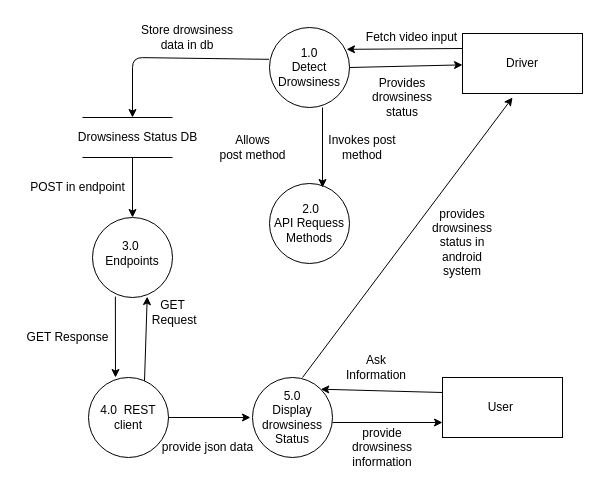
Before: dfdlevel1.drawio in jonamadk/DrawIO, a draw.io diagram. Source tidied: cells renumbered, new cells numbered last; positions are measured from the earlier drawing's top-left corner, leaving out a move shared by most shapes. Both pictures are drawn from the tidied source at 100%, with x=0, y=0 at pixel (17, 17).
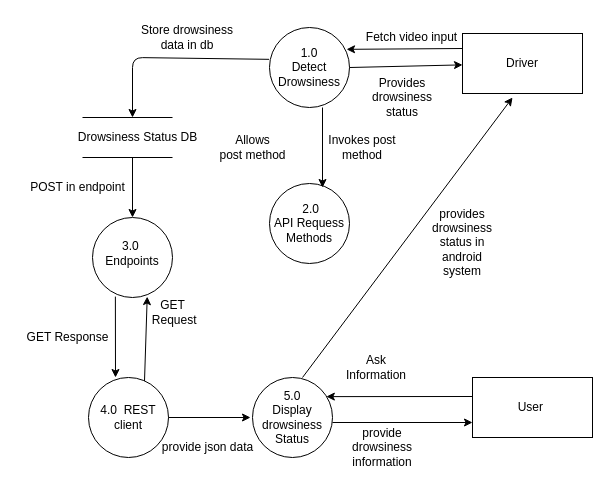
After the change.

Unchanged cells that the change refers to:
```xml
<mxCell id="24" value="5.0&lt;br&gt;Display drowsiness Status" style="ellipse;whiteSpace=wrap;html=1;" parent="1" vertex="1">
  <mxGeometry x="235" y="360" width="80" height="80" as="geometry" />
</mxCell>
```

What changed in the source:
```diff
@@
     <mxCell id="27" value="User&amp;nbsp;" style="rounded=0;whiteSpace=wrap;html=1;" parent="1" vertex="1">
-      <mxGeometry x="425" y="360" width="120" height="60" as="geometry" />
+      <mxGeometry x="455" y="360" width="120" height="60" as="geometry" />
     </mxCell>
-    <mxCell id="28" style="endArrow=classic;html=1;exitX=0;exitY=0.25;exitDx=0;exitDy=0;entryX=1;entryY=0;entryDx=0;entryDy=0;" parent="1" edge="1" source="27" target="24">
-      <mxGeometry relative="1" as="geometry" />
+    <mxCell id="28" style="endArrow=classic;html=1;entryX=0.923;entryY=0.239;entryDx=0;entryDy=0;entryPerimeter=0;" parent="1" edge="1" target="24">
+      <mxGeometry relative="1" as="geometry">
+        <mxPoint x="455" y="379" as="sourcePoint" />
+      </mxGeometry>
     </mxCell>
```
